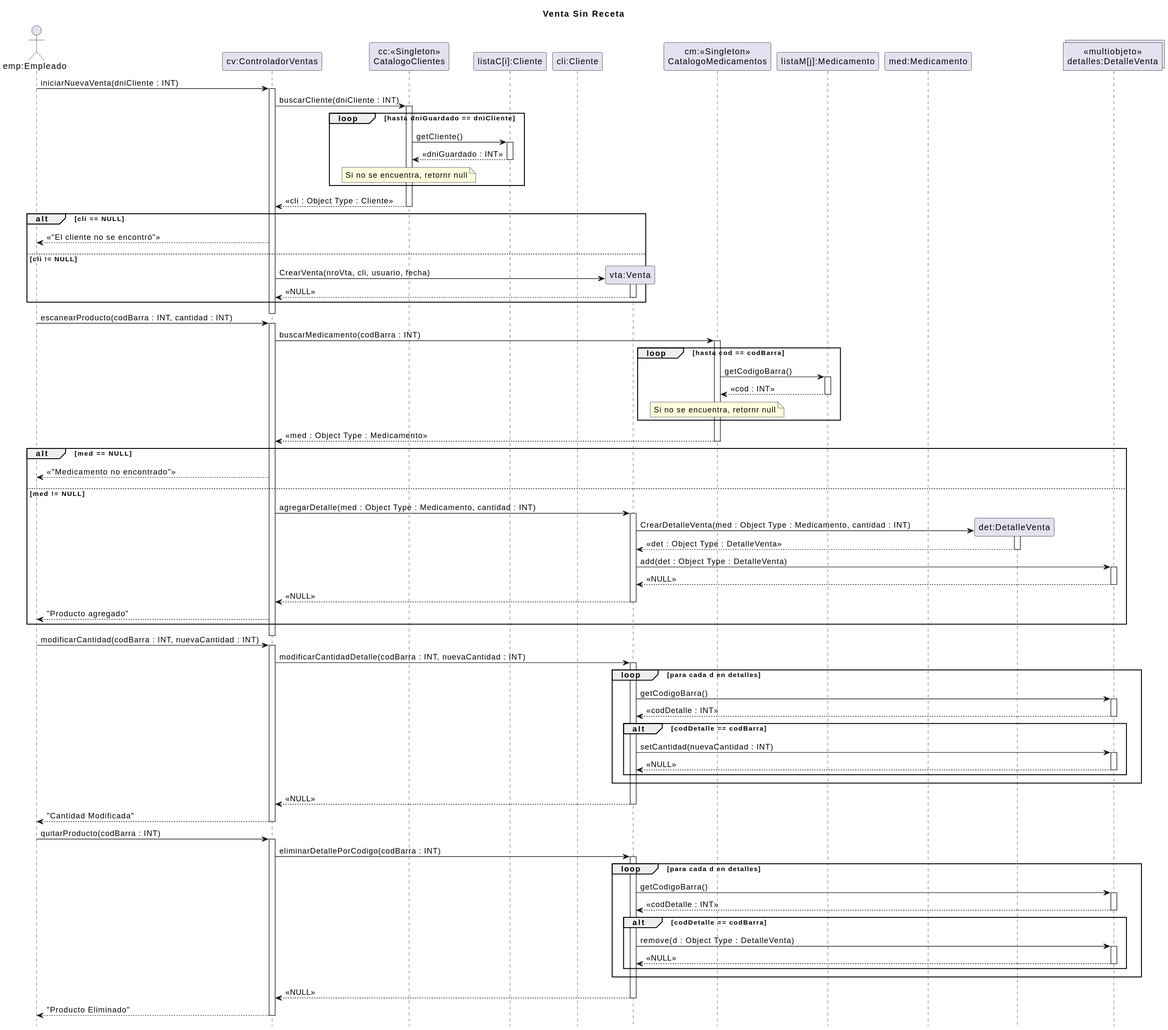
Earlier version of the PlantUML export 08 - Diagramas de Secuencia de Diseño/Venta/VentaSinReceta.svg (zEzequR/PF-I).
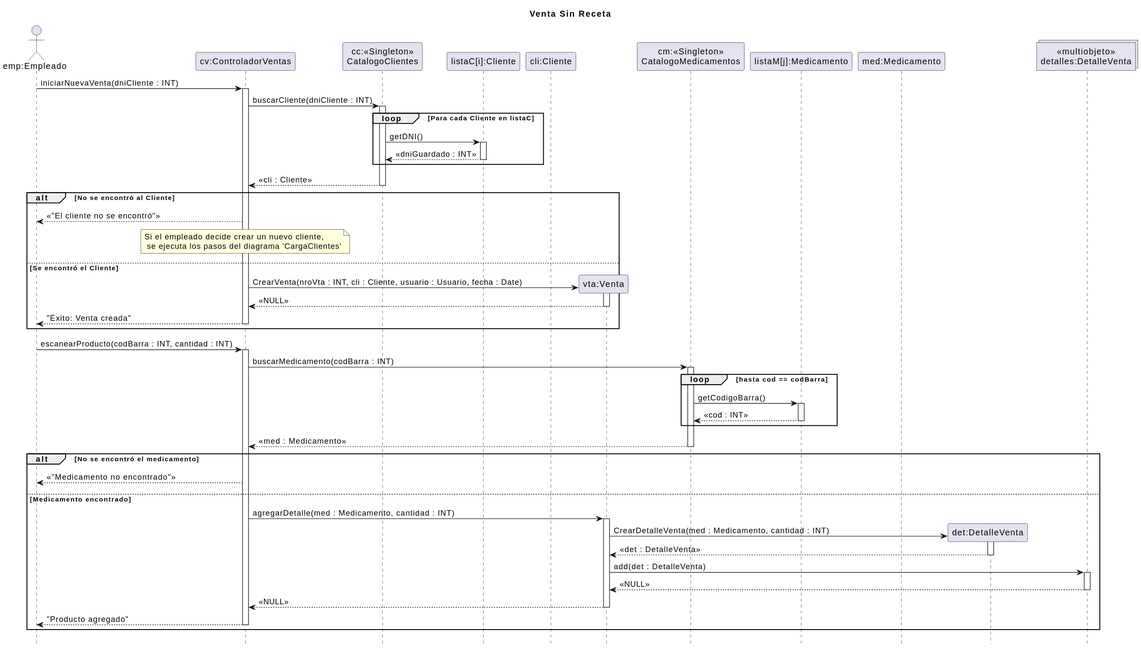
Later version of the same file.

Diff of the diagram source:
```diff
@@ -20,26 +20,27 @@
 
 cv -> cc : buscarCliente(dniCliente : INT)
 activate cc
-loop hasta dniGuardado == dniCliente
-    cc -> itemCli : getCliente()
+loop Para cada Cliente en listaC
+    cc -> itemCli : getDNI()
     activate itemCli
     itemCli --> cc : <<dniGuardado : INT>>
     deactivate itemCli
-    note over of cc: Si no se encuentra, retornr null
 end
-cc --> cv : << cli : Object Type : Cliente>>
+cc --> cv : << cli : Cliente>>
 deactivate cc
 
-alt cli == NULL
+alt No se encontró al Cliente
     cv --> emp : <<"El cliente no se encontró">>
-else cli != NULL
+    note over of cv: Si el empleado decide crear un nuevo cliente,\n se ejecuta los pasos del diagrama 'CargaClientes'
+else Se encontró el Cliente
     create vta
-    cv -> vta : CrearVenta(nroVta, cli, usuario, fecha)
+    cv -> vta : CrearVenta(nroVta : INT, cli : Cliente, usuario : Usuario, fecha : Date)
     activate vta
-    vta --> cv : <<NULL>>
+    vta --> cv : << NULL >>
     deactivate vta
+    cv --> emp : "Éxito: Venta creada"
+    deactivate cv
 end
-deactivate cv
 
 emp -> cv : escanearProducto(codBarra : INT, cantidad : INT)
 activate cv
@@ -51,24 +52,23 @@
     activate itemMed
     itemMed --> cm : <<cod : INT>>
     deactivate itemMed
-    note over of cm: Si no se encuentra, retornr null
 end
-cm --> cv : << med : Object Type : Medicamento>>
+cm --> cv : << med : Medicamento>>
 deactivate cm
 
-alt med == NULL
+alt No se encontró el medicamento
     cv --> emp : <<"Medicamento no encontrado">>
-else med != NULL
-    cv -> vta : agregarDetalle(med : Object Type : Medicamento, cantidad : INT)
+else Medicamento encontrado
+    cv -> vta : agregarDetalle(med : Medicamento, cantidad : INT)
     activate vta
 
     Create det
-    vta -> det : CrearDetalleVenta(med : Object Type : Medicamento, cantidad : INT)
+    vta -> det : CrearDetalleVenta(med : Medicamento, cantidad : INT)
     activate det
-    det --> vta : <<det : Object Type : DetalleVenta>>
+    det --> vta : <<det : DetalleVenta>>
     deactivate det
 
-    vta -> lineas : add(det : Object Type : DetalleVenta)
+    vta -> lineas : add(det : DetalleVenta)
     activate lineas
     lineas --> vta : <<NULL>>
     deactivate lineas
@@ -77,54 +77,6 @@
     deactivate vta
 
     cv --> emp : "Producto agregado"
+    deactivate cv
 end
-deactivate cv
-
-emp -> cv : modificarCantidad(codBarra : INT, nuevaCantidad : INT)
-activate cv
-    cv -> vta : modificarCantidadDetalle(codBarra : INT, nuevaCantidad : INT)
-    activate vta
-
-    loop para cada d en detalles
-        vta -> lineas : getCodigoBarra()
-        activate lineas
-        lineas --> vta : <<codDetalle : INT>>
-        deactivate lineas
-
-        alt codDetalle == codBarra
-            vta -> lineas : setCantidad(nuevaCantidad : INT)
-            activate lineas
-            lineas --> vta : <<NULL>>
-            deactivate lineas
-        end
-    end
-    vta --> cv : <<NULL>>
-    deactivate vta
-    cv --> emp : "Cantidad Modificada"
-deactivate cv
-
-emp -> cv : quitarProducto(codBarra : INT)
-activate cv
-
-    cv -> vta : eliminarDetallePorCodigo(codBarra : INT)
-    activate vta
-
-    loop para cada d en detalles
-        vta -> lineas : getCodigoBarra()
-        activate lineas
-        lineas --> vta : <<codDetalle : INT>>
-        deactivate lineas
-
-        alt codDetalle == codBarra
-             vta -> lineas : remove(d : Object Type : DetalleVenta)
-             activate lineas
-             lineas --> vta : <<NULL>>
-             deactivate lineas
-        end
-    end
-    vta --> cv : <<NULL>>
-    deactivate vta
-
-    cv --> emp : "Producto Eliminado"
-deactivate cv
 @enduml
```
